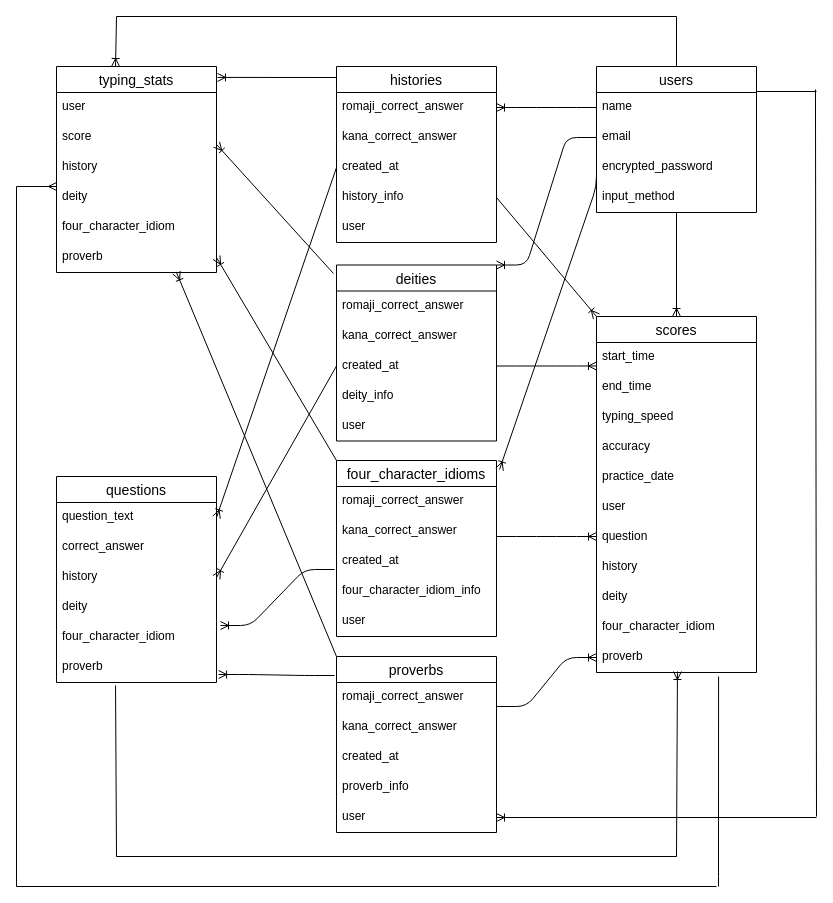
Earlier version of the draw.io diagram ERtoridori.dio (aryu-shan/original_app). Source tidied: cells renumbered, new cells numbered last; positions are measured from the earlier drawing's top-left corner, leaving out a move shared by most shapes. Both pictures are drawn from the tidied source at 100%, with x=0, y=0 at pixel (16, 16).
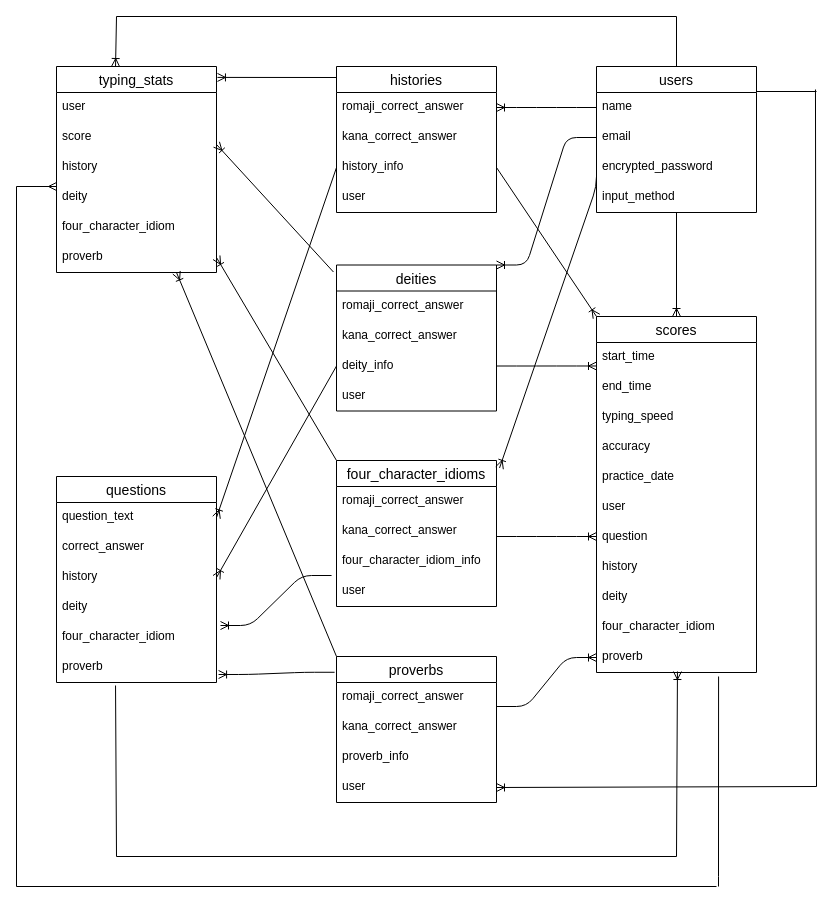
After the change.

Unchanged cells that the change refers to:
```xml
<mxCell id="32" value="question_text" style="text;strokeColor=none;fillColor=none;spacingLeft=4;spacingRight=4;overflow=hidden;points=[[0,0.5],[1,0.5]];portConstraint=eastwest;fontSize=12;" parent="31" vertex="1">
  <mxGeometry y="26" width="160" height="30" as="geometry" />
</mxCell>
<mxCell id="34" value="history" style="text;strokeColor=none;fillColor=none;spacingLeft=4;spacingRight=4;overflow=hidden;points=[[0,0.5],[1,0.5]];portConstraint=eastwest;fontSize=12;" parent="31" vertex="1">
  <mxGeometry y="86" width="160" height="30" as="geometry" />
</mxCell>
<mxCell id="36" value="four_character_idiom" style="text;strokeColor=none;fillColor=none;spacingLeft=4;spacingRight=4;overflow=hidden;points=[[0,0.5],[1,0.5]];portConstraint=eastwest;fontSize=12;" parent="31" vertex="1">
  <mxGeometry y="146" width="160" height="30" as="geometry" />
</mxCell>
<mxCell id="39" value="start_time" style="text;strokeColor=none;fillColor=none;spacingLeft=4;spacingRight=4;overflow=hidden;points=[[0,0.5],[1,0.5]];portConstraint=eastwest;fontSize=12;" parent="38" vertex="1">
  <mxGeometry y="26" width="160" height="30" as="geometry" />
</mxCell>
<mxCell id="65" style="line;strokeWidth=1;dashed=0;labelPosition=right;align=left;verticalAlign=middle;spacingTop=0;spacingLeft=6;points=[];portConstraint=eastwest;" parent="1" vertex="1">
  <mxGeometry x="740" y="70" width="60" height="10" as="geometry" />
</mxCell>
```

The edit, as a diff of the source:
```diff
@@
     <mxCell id="7" value="histories" style="swimlane;fontStyle=0;horizontal=1;startSize=26;align=center;fontSize=14;" parent="1" vertex="1">
-      <mxGeometry x="320" y="50" width="160" height="176" as="geometry" />
+      <mxGeometry x="320" y="50" width="160" height="146" as="geometry" />
     </mxCell>
@@
-    <mxCell id="10" value="created_at" style="text;strokeColor=none;fillColor=none;spacingLeft=4;spacingRight=4;overflow=hidden;points=[[0,0.5],[1,0.5]];portConstraint=eastwest;fontSize=12;" parent="7" vertex="1">
-      <mxGeometry y="86" width="160" height="30" as="geometry" />
-    </mxCell>
     <mxCell id="11" value="history_info" style="text;strokeColor=none;fillColor=none;spacingLeft=4;spacingRight=4;overflow=hidden;points=[[0,0.5],[1,0.5]];portConstraint=eastwest;fontSize=12;" parent="7" vertex="1">
-      <mxGeometry y="116" width="160" height="30" as="geometry" />
+      <mxGeometry y="86" width="160" height="30" as="geometry" />
     </mxCell>
     <mxCell id="12" value="user " style="text;strokeColor=none;fillColor=none;spacingLeft=4;spacingRight=4;overflow=hidden;fontSize=12;" parent="7" vertex="1">
-      <mxGeometry y="146" width="160" height="30" as="geometry" />
+      <mxGeometry y="116" width="160" height="30" as="geometry" />
     </mxCell>
     <mxCell id="13" value="deities" style="swimlane;fontStyle=0;horizontal=1;startSize=26;align=center;fontSize=14;" parent="1" vertex="1">
-      <mxGeometry x="320" y="248.5" width="160" height="176" as="geometry" />
+      <mxGeometry x="320" y="248.5" width="160" height="146" as="geometry" />
     </mxCell>
@@
-    <mxCell id="16" value="created_at" style="text;strokeColor=none;fillColor=none;spacingLeft=4;spacingRight=4;overflow=hidden;points=[[0,0.5],[1,0.5]];portConstraint=eastwest;fontSize=12;" parent="13" vertex="1">
-      <mxGeometry y="86" width="160" height="30" as="geometry" />
-    </mxCell>
     <mxCell id="17" value="deity_info" style="text;strokeColor=none;fillColor=none;spacingLeft=4;spacingRight=4;overflow=hidden;fontSize=12;" parent="13" vertex="1">
-      <mxGeometry y="116" width="160" height="30" as="geometry" />
+      <mxGeometry y="86" width="160" height="30" as="geometry" />
     </mxCell>
     <mxCell id="18" value="user " style="text;strokeColor=none;fillColor=none;spacingLeft=4;spacingRight=4;overflow=hidden;fontSize=12;" parent="13" vertex="1">
-      <mxGeometry y="146" width="160" height="30" as="geometry" />
+      <mxGeometry y="116" width="160" height="30" as="geometry" />
     </mxCell>
     <mxCell id="19" value="four_character_idioms" style="swimlane;fontStyle=0;horizontal=1;startSize=26;align=center;fontSize=14;" parent="1" vertex="1">
-      <mxGeometry x="320" y="444" width="160" height="176" as="geometry" />
+      <mxGeometry x="320" y="444" width="160" height="146" as="geometry" />
     </mxCell>
@@
-    <mxCell id="22" value="created_at" style="text;strokeColor=none;fillColor=none;spacingLeft=4;spacingRight=4;overflow=hidden;points=[[0,0.5],[1,0.5]];portConstraint=eastwest;fontSize=12;" parent="19" vertex="1">
-      <mxGeometry y="86" width="160" height="30" as="geometry" />
-    </mxCell>
     <mxCell id="23" value="four_character_idiom_info" style="text;strokeColor=none;fillColor=none;spacingLeft=4;spacingRight=4;overflow=hidden;fontSize=12;" parent="19" vertex="1">
-      <mxGeometry y="116" width="160" height="30" as="geometry" />
+      <mxGeometry y="86" width="160" height="30" as="geometry" />
     </mxCell>
     <mxCell id="24" value="user " style="text;strokeColor=none;fillColor=none;spacingLeft=4;spacingRight=4;overflow=hidden;points=[[0,0.5],[1,0.5]];portConstraint=eastwest;fontSize=12;" parent="19" vertex="1">
-      <mxGeometry y="146" width="160" height="30" as="geometry" />
+      <mxGeometry y="116" width="160" height="30" as="geometry" />
     </mxCell>
     <mxCell id="25" value="proverbs" style="swimlane;fontStyle=0;horizontal=1;startSize=26;align=center;fontSize=14;" parent="1" vertex="1">
-      <mxGeometry x="320" y="640" width="160" height="176" as="geometry" />
+      <mxGeometry x="320" y="640" width="160" height="146" as="geometry" />
     </mxCell>
@@
-    <mxCell id="28" value="created_at" style="text;strokeColor=none;fillColor=none;spacingLeft=4;spacingRight=4;overflow=hidden;fontSize=12;" parent="25" vertex="1">
-      <mxGeometry y="86" width="160" height="30" as="geometry" />
-    </mxCell>
     <mxCell id="29" value="proverb_info" style="text;strokeColor=none;fillColor=none;spacingLeft=4;spacingRight=4;overflow=hidden;fontSize=12;" parent="25" vertex="1">
-      <mxGeometry y="116" width="160" height="30" as="geometry" />
+      <mxGeometry y="86" width="160" height="30" as="geometry" />
     </mxCell>
     <mxCell id="30" value="user " style="text;strokeColor=none;fillColor=none;spacingLeft=4;spacingRight=4;overflow=hidden;points=[[0,0.5],[1,0.5]];portConstraint=eastwest;fontSize=12;" parent="25" vertex="1">
-      <mxGeometry y="146" width="160" height="30" as="geometry" />
+      <mxGeometry y="116" width="160" height="30" as="geometry" />
     </mxCell>
@@
     <mxCell id="60" style="fontSize=12;html=1;endArrow=ERoneToMany;entryX=1;entryY=0.5;entryDx=0;entryDy=0;" parent="1" edge="1" target="30">
       <mxGeometry relative="1" as="geometry">
-        <mxPoint x="800" y="801" as="sourcePoint" />
+        <mxPoint x="800" y="770" as="sourcePoint" />
       </mxGeometry>
     </mxCell>
-    <mxCell id="61" style="fontSize=12;html=1;endArrow=ERoneToMany;entryX=1;entryY=0.5;entryDx=0;entryDy=0;exitX=0;exitY=0.5;exitDx=0;exitDy=0;" parent="1" edge="1" source="10" target="32">
-      <mxGeometry relative="1" as="geometry" />
+    <mxCell id="61" style="fontSize=12;html=1;endArrow=ERoneToMany;entryX=1;entryY=0.5;entryDx=0;entryDy=0;exitX=0;exitY=0.5;exitDx=0;exitDy=0;" parent="1" edge="1" target="32">
+      <mxGeometry relative="1" as="geometry">
+        <mxPoint x="320" y="151" as="sourcePoint" />
+      </mxGeometry>
     </mxCell>
-    <mxCell id="62" style="fontSize=12;html=1;endArrow=ERoneToMany;entryX=1;entryY=0.5;entryDx=0;entryDy=0;exitX=0;exitY=0.5;exitDx=0;exitDy=0;" parent="1" edge="1" source="16" target="34">
-      <mxGeometry relative="1" as="geometry" />
+    <mxCell id="62" style="fontSize=12;html=1;endArrow=ERoneToMany;entryX=1;entryY=0.5;entryDx=0;entryDy=0;exitX=0;exitY=0.5;exitDx=0;exitDy=0;" parent="1" edge="1" target="34">
+      <mxGeometry relative="1" as="geometry">
+        <mxPoint x="320" y="349.5" as="sourcePoint" />
+      </mxGeometry>
     </mxCell>
-    <mxCell id="63" style="edgeStyle=entityRelationEdgeStyle;fontSize=12;html=1;endArrow=ERoneToMany;entryX=1.025;entryY=0.1;entryDx=0;entryDy=0;entryPerimeter=0;exitX=-0.012;exitY=0.767;exitDx=0;exitDy=0;exitPerimeter=0;" parent="1" edge="1" source="22" target="36">
+    <mxCell id="63" style="edgeStyle=entityRelationEdgeStyle;fontSize=12;html=1;endArrow=ERoneToMany;entryX=1.025;entryY=0.1;entryDx=0;entryDy=0;entryPerimeter=0;exitX=-0.031;exitY=-0.033;exitDx=0;exitDy=0;exitPerimeter=0;" parent="1" edge="1" source="24" target="36">
       <mxGeometry relative="1" as="geometry" />
     </mxCell>
@@
     <mxCell id="66" style="endArrow=none;html=1;rounded=0;exitX=0.983;exitY=0.3;exitDx=0;exitDy=0;exitPerimeter=0;" parent="1" edge="1" source="65">
       <mxGeometry relative="1" as="geometry">
-        <mxPoint x="800" y="800" as="targetPoint" />
+        <mxPoint x="800" y="770" as="targetPoint" />
       </mxGeometry>
     </mxCell>
@@
-    <mxCell id="79" style="edgeStyle=entityRelationEdgeStyle;fontSize=12;html=1;endArrow=ERoneToMany;entryX=0;entryY=0.783;entryDx=0;entryDy=0;entryPerimeter=0;exitX=1;exitY=0.5;exitDx=0;exitDy=0;" parent="1" edge="1" source="16" target="39">
-      <mxGeometry relative="1" as="geometry" />
+    <mxCell id="79" style="edgeStyle=entityRelationEdgeStyle;fontSize=12;html=1;endArrow=ERoneToMany;entryX=0;entryY=0.783;entryDx=0;entryDy=0;entryPerimeter=0;exitX=1;exitY=0.5;exitDx=0;exitDy=0;" parent="1" edge="1" target="39">
+      <mxGeometry relative="1" as="geometry">
+        <mxPoint x="480" y="349.5" as="sourcePoint" />
+      </mxGeometry>
     </mxCell>
```
